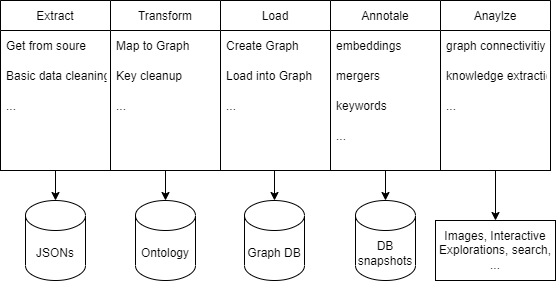
The draw.io diagram img/etlaa.png in DLR-SC/corpus-annotation-graph-builder, before a commit. Source tidied: cells renumbered, new cells last; positions are measured from the earlier drawing's top-left corner, leaving out a move shared by most shapes. The source it was exported from:
```xml
<mxGraphModel>
  <root>
    <mxCell id="0" />
    <mxCell id="1" parent="0" />
    <mxCell id="2" style="edgeStyle=orthogonalEdgeStyle;rounded=0;jettySize=auto;html=1;exitX=0.5;exitY=1;exitDx=0;exitDy=0;entryX=0.5;entryY=0;entryDx=0;entryDy=0;entryPerimeter=0;" parent="1" edge="1" source="3" target="30">
      <mxGeometry relative="1" as="geometry" />
    </mxCell>
    <mxCell id="3" style="rounded=0;whiteSpace=wrap;html=1;align=left;" parent="1" vertex="1">
      <mxGeometry width="110" height="170" as="geometry" />
    </mxCell>
    <mxCell id="4" style="rounded=0;whiteSpace=wrap;html=1;" parent="1" vertex="1">
      <mxGeometry x="110" width="110" height="170" as="geometry" />
    </mxCell>
    <mxCell id="5" value="Extract" style="swimlane;fontStyle=0;horizontal=1;startSize=30;strokeColor=default;swimlaneLine=1;swimlaneBody=0;" parent="1" vertex="1">
      <mxGeometry width="110" height="120" as="geometry" />
    </mxCell>
    <mxCell id="6" value="Get from soure" style="text;strokeColor=none;fillColor=none;align=left;verticalAlign=middle;spacingLeft=4;spacingRight=4;overflow=hidden;" parent="5" vertex="1">
      <mxGeometry y="30" width="110" height="30" as="geometry" />
    </mxCell>
    <mxCell id="7" value="Basic data cleaning" style="text;strokeColor=none;fillColor=none;align=left;verticalAlign=middle;spacingLeft=4;spacingRight=4;overflow=hidden;" parent="5" vertex="1">
      <mxGeometry y="60" width="110" height="30" as="geometry" />
    </mxCell>
    <mxCell id="8" value="..." style="text;strokeColor=none;fillColor=none;align=left;verticalAlign=middle;spacingLeft=4;spacingRight=4;overflow=hidden;" parent="5" vertex="1">
      <mxGeometry y="90" width="110" height="30" as="geometry" />
    </mxCell>
    <mxCell id="9" value="Transform" style="swimlane;fontStyle=0;horizontal=1;startSize=30;strokeColor=default;swimlaneLine=1;swimlaneBody=0;" parent="1" vertex="1">
      <mxGeometry x="110" width="110" height="120" as="geometry" />
    </mxCell>
    <mxCell id="10" value="Map to Graph" style="text;strokeColor=none;fillColor=none;align=left;verticalAlign=middle;spacingLeft=4;spacingRight=4;overflow=hidden;" parent="9" vertex="1">
      <mxGeometry y="30" width="110" height="30" as="geometry" />
    </mxCell>
    <mxCell id="11" value="Key cleanup" style="text;strokeColor=none;fillColor=none;align=left;verticalAlign=middle;spacingLeft=4;spacingRight=4;overflow=hidden;" parent="9" vertex="1">
      <mxGeometry y="60" width="110" height="30" as="geometry" />
    </mxCell>
    <mxCell id="12" value="..." style="text;strokeColor=none;fillColor=none;align=left;verticalAlign=middle;spacingLeft=4;spacingRight=4;overflow=hidden;" parent="9" vertex="1">
      <mxGeometry y="90" width="110" height="30" as="geometry" />
    </mxCell>
    <mxCell id="13" style="rounded=0;whiteSpace=wrap;html=1;" parent="1" vertex="1">
      <mxGeometry x="220" width="110" height="170" as="geometry" />
    </mxCell>
    <mxCell id="14" value="Load" style="swimlane;fontStyle=0;horizontal=1;startSize=30;strokeColor=default;swimlaneLine=1;swimlaneBody=0;" parent="1" vertex="1">
      <mxGeometry x="220" width="110" height="120" as="geometry" />
    </mxCell>
    <mxCell id="15" value="Create Graph" style="text;strokeColor=none;fillColor=none;align=left;verticalAlign=middle;spacingLeft=4;spacingRight=4;overflow=hidden;" parent="14" vertex="1">
      <mxGeometry y="30" width="110" height="30" as="geometry" />
    </mxCell>
    <mxCell id="16" value="Load into Graph" style="text;strokeColor=none;fillColor=none;align=left;verticalAlign=middle;spacingLeft=4;spacingRight=4;overflow=hidden;" parent="14" vertex="1">
      <mxGeometry y="60" width="110" height="30" as="geometry" />
    </mxCell>
    <mxCell id="17" value="..." style="text;strokeColor=none;fillColor=none;align=left;verticalAlign=middle;spacingLeft=4;spacingRight=4;overflow=hidden;" parent="14" vertex="1">
      <mxGeometry y="90" width="110" height="30" as="geometry" />
    </mxCell>
    <mxCell id="18" style="rounded=0;whiteSpace=wrap;html=1;" parent="1" vertex="1">
      <mxGeometry x="330" width="110" height="170" as="geometry" />
    </mxCell>
    <mxCell id="19" value="Annotale" style="swimlane;fontStyle=0;horizontal=1;startSize=30;strokeColor=default;swimlaneLine=1;swimlaneBody=0;" parent="1" vertex="1">
      <mxGeometry x="330" width="110" height="150" as="geometry" />
    </mxCell>
    <mxCell id="20" value="embeddings" style="text;strokeColor=none;fillColor=none;align=left;verticalAlign=middle;spacingLeft=4;spacingRight=4;overflow=hidden;" parent="19" vertex="1">
      <mxGeometry y="30" width="110" height="30" as="geometry" />
    </mxCell>
    <mxCell id="21" value="mergers" style="text;strokeColor=none;fillColor=none;align=left;verticalAlign=middle;spacingLeft=4;spacingRight=4;overflow=hidden;" parent="19" vertex="1">
      <mxGeometry y="60" width="110" height="30" as="geometry" />
    </mxCell>
    <mxCell id="22" value="keywords" style="text;strokeColor=none;fillColor=none;align=left;verticalAlign=middle;spacingLeft=4;spacingRight=4;overflow=hidden;" parent="19" vertex="1">
      <mxGeometry y="90" width="110" height="30" as="geometry" />
    </mxCell>
    <mxCell id="23" value="..." style="text;strokeColor=none;fillColor=none;align=left;verticalAlign=middle;spacingLeft=4;spacingRight=4;overflow=hidden;" parent="19" vertex="1">
      <mxGeometry y="120" width="110" height="30" as="geometry" />
    </mxCell>
    <mxCell id="24" style="edgeStyle=orthogonalEdgeStyle;rounded=0;jettySize=auto;html=1;exitX=0.5;exitY=1;exitDx=0;exitDy=0;entryX=0.5;entryY=0;entryDx=0;entryDy=0;" parent="1" edge="1" source="25" target="37">
      <mxGeometry relative="1" as="geometry" />
    </mxCell>
    <mxCell id="25" style="rounded=0;whiteSpace=wrap;html=1;" parent="1" vertex="1">
      <mxGeometry x="440" width="110" height="170" as="geometry" />
    </mxCell>
    <mxCell id="26" value="Anaylze" style="swimlane;fontStyle=0;horizontal=1;startSize=30;strokeColor=default;swimlaneLine=1;swimlaneBody=0;" parent="1" vertex="1">
      <mxGeometry x="440" width="110" height="120" as="geometry" />
    </mxCell>
    <mxCell id="27" value="graph connectivitiy" style="text;strokeColor=none;fillColor=none;align=left;verticalAlign=middle;spacingLeft=4;spacingRight=4;overflow=hidden;" parent="26" vertex="1">
      <mxGeometry y="30" width="110" height="30" as="geometry" />
    </mxCell>
    <mxCell id="28" value="knowledge extraction" style="text;strokeColor=none;fillColor=none;align=left;verticalAlign=middle;spacingLeft=4;spacingRight=4;overflow=hidden;" parent="26" vertex="1">
      <mxGeometry y="60" width="110" height="30" as="geometry" />
    </mxCell>
    <mxCell id="29" value="..." style="text;strokeColor=none;fillColor=none;align=left;verticalAlign=middle;spacingLeft=4;spacingRight=4;overflow=hidden;" parent="26" vertex="1">
      <mxGeometry y="90" width="110" height="30" as="geometry" />
    </mxCell>
    <mxCell id="30" value="JSONs" style="shape=cylinder3;whiteSpace=wrap;html=1;boundedLbl=1;backgroundOutline=1;size=15;strokeColor=default;" parent="1" vertex="1">
      <mxGeometry x="25" y="200" width="60" height="80" as="geometry" />
    </mxCell>
    <mxCell id="31" style="edgeStyle=orthogonalEdgeStyle;rounded=0;jettySize=auto;html=1;exitX=0.5;exitY=1;exitDx=0;exitDy=0;entryX=0.5;entryY=0;entryDx=0;entryDy=0;entryPerimeter=0;" parent="1" edge="1" source="4" target="32">
      <mxGeometry relative="1" as="geometry" />
    </mxCell>
    <mxCell id="32" value="Ontology" style="shape=cylinder3;whiteSpace=wrap;html=1;boundedLbl=1;backgroundOutline=1;size=15;strokeColor=default;" parent="1" vertex="1">
      <mxGeometry x="135" y="200" width="60" height="80" as="geometry" />
    </mxCell>
    <mxCell id="33" style="edgeStyle=orthogonalEdgeStyle;rounded=0;jettySize=auto;html=1;exitX=0.5;exitY=1;exitDx=0;exitDy=0;entryX=0.5;entryY=0;entryDx=0;entryDy=0;entryPerimeter=0;" parent="1" edge="1" target="34">
      <mxGeometry relative="1" as="geometry">
        <mxPoint x="274" y="170" as="sourcePoint" />
      </mxGeometry>
    </mxCell>
    <mxCell id="34" value="Graph DB" style="shape=cylinder3;whiteSpace=wrap;html=1;boundedLbl=1;backgroundOutline=1;size=15;strokeColor=default;" parent="1" vertex="1">
      <mxGeometry x="244" y="200" width="60" height="80" as="geometry" />
    </mxCell>
    <mxCell id="35" style="edgeStyle=orthogonalEdgeStyle;rounded=0;jettySize=auto;html=1;exitX=0.5;exitY=1;exitDx=0;exitDy=0;entryX=0.5;entryY=0;entryDx=0;entryDy=0;entryPerimeter=0;" parent="1" edge="1" target="36">
      <mxGeometry relative="1" as="geometry">
        <mxPoint x="385" y="170" as="sourcePoint" />
      </mxGeometry>
    </mxCell>
    <mxCell id="36" value="DB snapshots" style="shape=cylinder3;whiteSpace=wrap;html=1;boundedLbl=1;backgroundOutline=1;size=15;strokeColor=default;" parent="1" vertex="1">
      <mxGeometry x="355" y="200" width="60" height="80" as="geometry" />
    </mxCell>
    <mxCell id="37" value="Images, Interactive Explorations, search, ..." style="rounded=0;whiteSpace=wrap;html=1;strokeColor=default;" parent="1" vertex="1">
      <mxGeometry x="435" y="220" width="120" height="60" as="geometry" />
    </mxCell>
  </root>
</mxGraphModel>
```
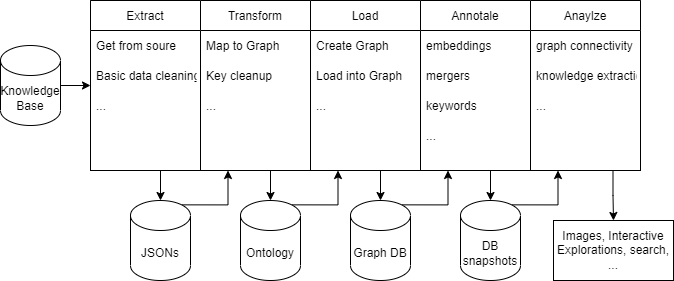
Above is the later version.

Change to the diagram source:
```diff
@@ -68,7 +68,7 @@
     <mxCell id="23" value="..." style="text;strokeColor=none;fillColor=none;align=left;verticalAlign=middle;spacingLeft=4;spacingRight=4;overflow=hidden;" parent="19" vertex="1">
       <mxGeometry y="120" width="110" height="30" as="geometry" />
     </mxCell>
-    <mxCell id="24" style="edgeStyle=orthogonalEdgeStyle;rounded=0;jettySize=auto;html=1;exitX=0.5;exitY=1;exitDx=0;exitDy=0;entryX=0.5;entryY=0;entryDx=0;entryDy=0;" parent="1" edge="1" source="25" target="37">
+    <mxCell id="24" style="edgeStyle=orthogonalEdgeStyle;rounded=0;jettySize=auto;html=1;exitX=0.75;exitY=1;exitDx=0;exitDy=0;entryX=0.5;entryY=0;entryDx=0;entryDy=0;" parent="1" edge="1" source="25" target="37">
       <mxGeometry relative="1" as="geometry" />
     </mxCell>
     <mxCell id="25" style="rounded=0;whiteSpace=wrap;html=1;" parent="1" vertex="1">
@@ -77,7 +77,7 @@
     <mxCell id="26" value="Anaylze" style="swimlane;fontStyle=0;horizontal=1;startSize=30;strokeColor=default;swimlaneLine=1;swimlaneBody=0;" parent="1" vertex="1">
       <mxGeometry x="440" width="110" height="120" as="geometry" />
     </mxCell>
-    <mxCell id="27" value="graph connectivitiy" style="text;strokeColor=none;fillColor=none;align=left;verticalAlign=middle;spacingLeft=4;spacingRight=4;overflow=hidden;" parent="26" vertex="1">
+    <mxCell id="27" value="graph connectivity" style="text;strokeColor=none;fillColor=none;align=left;verticalAlign=middle;spacingLeft=4;spacingRight=4;overflow=hidden;" parent="26" vertex="1">
       <mxGeometry y="30" width="110" height="30" as="geometry" />
     </mxCell>
     <mxCell id="28" value="knowledge extraction" style="text;strokeColor=none;fillColor=none;align=left;verticalAlign=middle;spacingLeft=4;spacingRight=4;overflow=hidden;" parent="26" vertex="1">
@@ -86,33 +86,51 @@
     <mxCell id="29" value="..." style="text;strokeColor=none;fillColor=none;align=left;verticalAlign=middle;spacingLeft=4;spacingRight=4;overflow=hidden;" parent="26" vertex="1">
       <mxGeometry y="90" width="110" height="30" as="geometry" />
     </mxCell>
+    <mxCell id="38" style="edgeStyle=orthogonalEdgeStyle;rounded=0;jettySize=auto;html=1;exitX=0.855;exitY=0;exitDx=0;exitDy=4.35;exitPerimeter=0;entryX=0.25;entryY=1;entryDx=0;entryDy=0;" parent="1" edge="1" source="30" target="4">
+      <mxGeometry relative="1" as="geometry" />
+    </mxCell>
     <mxCell id="30" value="JSONs" style="shape=cylinder3;whiteSpace=wrap;html=1;boundedLbl=1;backgroundOutline=1;size=15;strokeColor=default;" parent="1" vertex="1">
-      <mxGeometry x="25" y="200" width="60" height="80" as="geometry" />
+      <mxGeometry x="40" y="200" width="60" height="80" as="geometry" />
     </mxCell>
     <mxCell id="31" style="edgeStyle=orthogonalEdgeStyle;rounded=0;jettySize=auto;html=1;exitX=0.5;exitY=1;exitDx=0;exitDy=0;entryX=0.5;entryY=0;entryDx=0;entryDy=0;entryPerimeter=0;" parent="1" edge="1" source="4" target="32">
       <mxGeometry relative="1" as="geometry" />
     </mxCell>
+    <mxCell id="39" style="edgeStyle=orthogonalEdgeStyle;rounded=0;jettySize=auto;html=1;exitX=0.855;exitY=0;exitDx=0;exitDy=4.35;exitPerimeter=0;entryX=0.25;entryY=1;entryDx=0;entryDy=0;" parent="1" edge="1" source="32" target="13">
+      <mxGeometry relative="1" as="geometry" />
+    </mxCell>
     <mxCell id="32" value="Ontology" style="shape=cylinder3;whiteSpace=wrap;html=1;boundedLbl=1;backgroundOutline=1;size=15;strokeColor=default;" parent="1" vertex="1">
-      <mxGeometry x="135" y="200" width="60" height="80" as="geometry" />
+      <mxGeometry x="150" y="200" width="60" height="80" as="geometry" />
     </mxCell>
     <mxCell id="33" style="edgeStyle=orthogonalEdgeStyle;rounded=0;jettySize=auto;html=1;exitX=0.5;exitY=1;exitDx=0;exitDy=0;entryX=0.5;entryY=0;entryDx=0;entryDy=0;entryPerimeter=0;" parent="1" edge="1" target="34">
       <mxGeometry relative="1" as="geometry">
         <mxPoint x="274" y="170" as="sourcePoint" />
       </mxGeometry>
     </mxCell>
+    <mxCell id="40" style="edgeStyle=orthogonalEdgeStyle;rounded=0;jettySize=auto;html=1;exitX=0.855;exitY=0;exitDx=0;exitDy=4.35;exitPerimeter=0;entryX=0.25;entryY=1;entryDx=0;entryDy=0;" parent="1" edge="1" source="34" target="18">
+      <mxGeometry relative="1" as="geometry" />
+    </mxCell>
     <mxCell id="34" value="Graph DB" style="shape=cylinder3;whiteSpace=wrap;html=1;boundedLbl=1;backgroundOutline=1;size=15;strokeColor=default;" parent="1" vertex="1">
-      <mxGeometry x="244" y="200" width="60" height="80" as="geometry" />
+      <mxGeometry x="260" y="200" width="60" height="80" as="geometry" />
     </mxCell>
     <mxCell id="35" style="edgeStyle=orthogonalEdgeStyle;rounded=0;jettySize=auto;html=1;exitX=0.5;exitY=1;exitDx=0;exitDy=0;entryX=0.5;entryY=0;entryDx=0;entryDy=0;entryPerimeter=0;" parent="1" edge="1" target="36">
       <mxGeometry relative="1" as="geometry">
         <mxPoint x="385" y="170" as="sourcePoint" />
       </mxGeometry>
     </mxCell>
+    <mxCell id="41" style="edgeStyle=orthogonalEdgeStyle;rounded=0;jettySize=auto;html=1;exitX=0.855;exitY=0;exitDx=0;exitDy=4.35;exitPerimeter=0;entryX=0.25;entryY=1;entryDx=0;entryDy=0;" parent="1" edge="1" source="36" target="25">
+      <mxGeometry relative="1" as="geometry" />
+    </mxCell>
     <mxCell id="36" value="DB snapshots" style="shape=cylinder3;whiteSpace=wrap;html=1;boundedLbl=1;backgroundOutline=1;size=15;strokeColor=default;" parent="1" vertex="1">
-      <mxGeometry x="355" y="200" width="60" height="80" as="geometry" />
+      <mxGeometry x="370" y="200" width="60" height="80" as="geometry" />
     </mxCell>
     <mxCell id="37" value="Images, Interactive Explorations, search, ..." style="rounded=0;whiteSpace=wrap;html=1;strokeColor=default;" parent="1" vertex="1">
-      <mxGeometry x="435" y="220" width="120" height="60" as="geometry" />
+      <mxGeometry x="463" y="220" width="120" height="60" as="geometry" />
     </mxCell>
+    <mxCell id="42" style="edgeStyle=orthogonalEdgeStyle;rounded=0;jettySize=auto;html=1;exitX=1;exitY=0.5;exitDx=0;exitDy=0;exitPerimeter=0;entryX=0;entryY=0.5;entryDx=0;entryDy=0;" parent="1" edge="1" source="43" target="3">
+      <mxGeometry relative="1" as="geometry" />
+    </mxCell>
+    <mxCell id="43" value="Knowledge Base" style="shape=cylinder3;whiteSpace=wrap;html=1;boundedLbl=1;backgroundOutline=1;size=15;" parent="1" vertex="1">
+      <mxGeometry x="-90" y="45" width="60" height="80" as="geometry" />
+    </mxCell>
   </root>
 </mxGraphModel>
```
